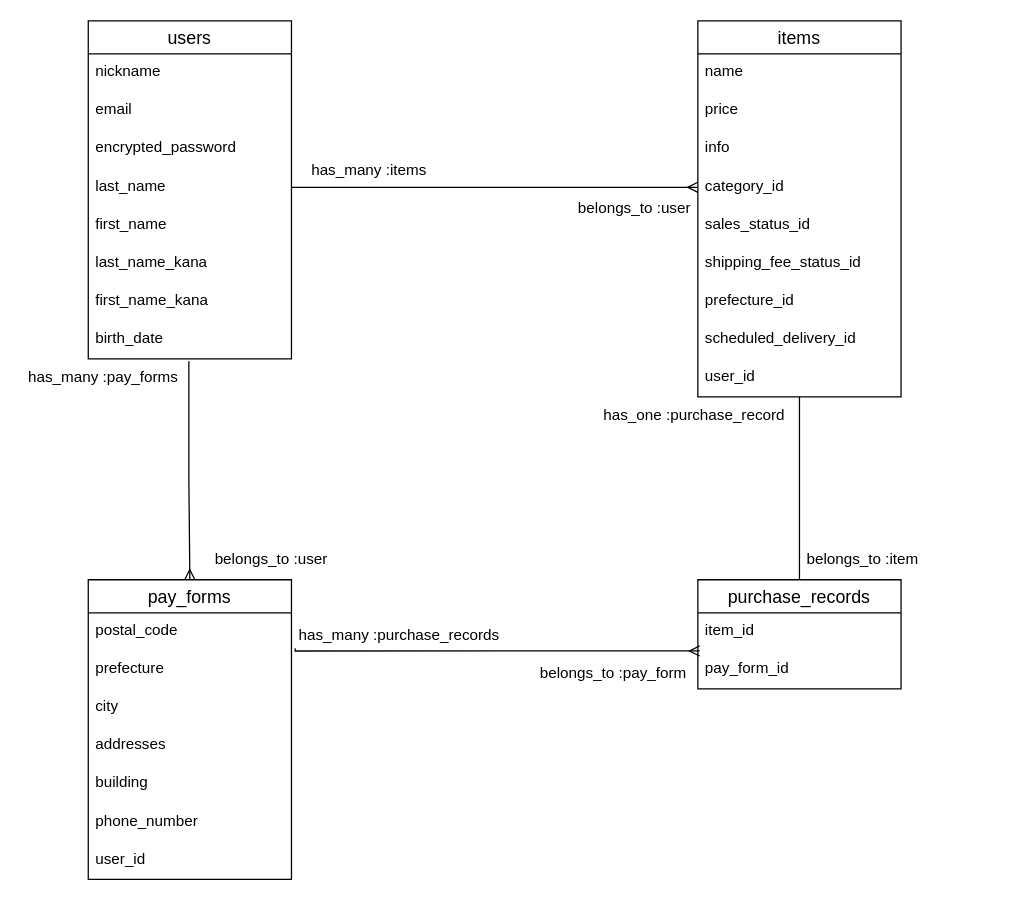
Earlier version of the draw.io diagram README.dio (kazuki-mura/furima-35491). Source tidied: cells renumbered, new cells numbered last; positions are measured from the earlier drawing's top-left corner, leaving out a move shared by most shapes. Both pictures are drawn from the tidied source at 127%, with x=0, y=0 at pixel (20, 20).
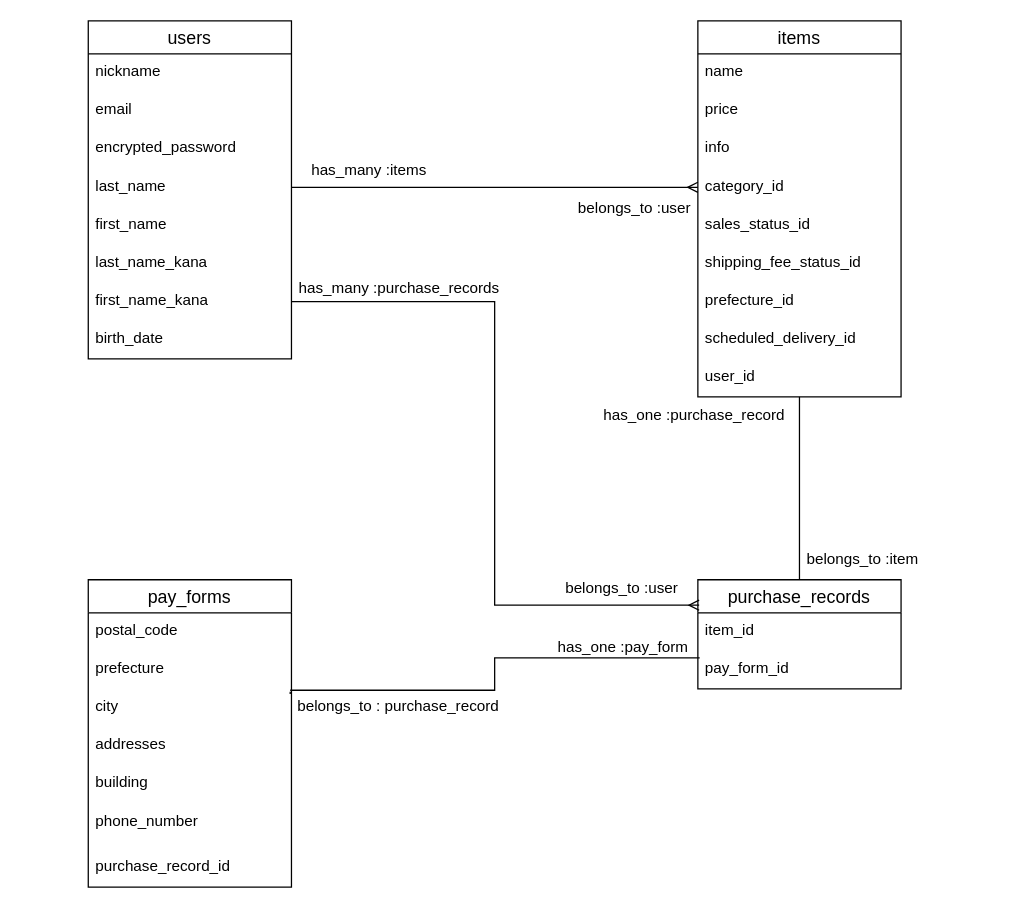
After the change.

Unchanged cells that the change refers to:
```xml
<mxCell id="9" value="first_name_kana" style="text;strokeColor=none;fillColor=none;spacingLeft=4;spacingRight=4;overflow=hidden;points=[[0,0.5],[1,0.5]];portConstraint=eastwest;fontSize=12;fontFamily=Helvetica;" parent="2" vertex="1">
  <mxGeometry y="206" width="160" height="30" as="geometry" />
</mxCell>
<mxCell id="10" value="birth_date" style="text;strokeColor=none;fillColor=none;spacingLeft=4;spacingRight=4;overflow=hidden;points=[[0,0.5],[1,0.5]];portConstraint=eastwest;fontSize=12;fontFamily=Helvetica;" parent="2" vertex="1">
  <mxGeometry y="236" width="160" height="30" as="geometry" />
</mxCell>
<mxCell id="23" value="pay_form_id" style="text;strokeColor=none;fillColor=none;spacingLeft=4;spacingRight=4;overflow=hidden;points=[[0,0.5],[1,0.5]];portConstraint=eastwest;fontSize=12;fontFamily=Helvetica;" parent="21" vertex="1">
  <mxGeometry y="56" width="160" height="30" as="geometry" />
</mxCell>
<mxCell id="29" value="prefecture" style="text;strokeColor=none;fillColor=none;spacingLeft=4;spacingRight=4;overflow=hidden;points=[[0,0.5],[1,0.5]];portConstraint=eastwest;fontSize=12;fontFamily=Helvetica;" parent="27" vertex="1">
  <mxGeometry y="56" width="160" height="30" as="geometry" />
</mxCell>
<mxCell id="30" value="city" style="text;strokeColor=none;fillColor=none;spacingLeft=4;spacingRight=4;overflow=hidden;points=[[0,0.5],[1,0.5]];portConstraint=eastwest;fontSize=12;fontFamily=Helvetica;" parent="27" vertex="1">
  <mxGeometry y="86" width="160" height="30" as="geometry" />
</mxCell>
```

The edit, as a diff of the source:
```diff
@@
     <mxCell id="27" value="pay_forms" style="swimlane;fontStyle=0;horizontal=1;startSize=26;align=center;fontSize=14;" parent="1" vertex="1">
-      <mxGeometry x="53" y="440" width="160" height="236" as="geometry" />
+      <mxGeometry x="53" y="440" width="160" height="242" as="geometry" />
     </mxCell>
@@
+    <mxCell id="45" value="phone_number" style="text;strokeColor=none;fillColor=none;spacingLeft=4;spacingRight=4;overflow=hidden;fontSize=12;fontFamily=Helvetica;" parent="27" vertex="1">
+      <mxGeometry y="176" width="160" height="36" as="geometry" />
+    </mxCell>
-    <mxCell id="33" value="phone_number" style="text;strokeColor=none;fillColor=none;spacingLeft=4;spacingRight=4;overflow=hidden;fontSize=12;fontFamily=Helvetica;" parent="27" vertex="1">
-      <mxGeometry y="176" width="160" height="30" as="geometry" />
+    <mxCell id="33" value="purchase_record_id" style="text;strokeColor=none;fillColor=none;spacingLeft=4;spacingRight=4;overflow=hidden;fontSize=12;fontFamily=Helvetica;" parent="27" vertex="1">
+      <mxGeometry y="212" width="160" height="30" as="geometry" />
     </mxCell>
-    <mxCell id="34" value="user_id" style="text;strokeColor=none;fillColor=none;spacingLeft=4;spacingRight=4;overflow=hidden;fontSize=12;fontFamily=Helvetica;" parent="27" vertex="1">
-      <mxGeometry y="206" width="160" height="30" as="geometry" />
-    </mxCell>
-    <mxCell id="35" style="edgeStyle=orthogonalEdgeStyle;rounded=0;jettySize=auto;html=1;fontFamily=Helvetica;endArrow=ERmany;endFill=0;strokeWidth=1;exitX=0.495;exitY=1.065;exitDx=0;exitDy=0;exitPerimeter=0;entryX=0.5;entryY=0;entryDx=0;entryDy=0;" parent="1" edge="1" source="10" target="27">
-      <mxGeometry relative="1" as="geometry">
-        <Array as="points">
-          <mxPoint x="132" y="360" />
-          <mxPoint x="133" y="360" />
-        </Array>
-      </mxGeometry>
-    </mxCell>
-    <mxCell id="36" value="has_many :pay_forms" style="text;strokeColor=none;fillColor=none;spacingLeft=4;spacingRight=4;overflow=hidden;fontSize=12;" parent="1" vertex="1">
-      <mxGeometry y="267" width="160" height="30" as="geometry" />
-    </mxCell>
@@
-    <mxCell id="38" value="belongs_to :user" style="text;strokeColor=none;fillColor=none;spacingLeft=4;spacingRight=4;overflow=hidden;fontSize=12;" parent="1" vertex="1">
-      <mxGeometry x="147" y="410" width="160" height="30" as="geometry" />
-    </mxCell>
-    <mxCell id="39" style="edgeStyle=orthogonalEdgeStyle;rounded=0;jettySize=auto;html=1;fontFamily=Helvetica;endArrow=ERmany;endFill=0;strokeWidth=1;exitX=1.018;exitY=-0.067;exitDx=0;exitDy=0;exitPerimeter=0;entryX=0.009;entryY=0.002;entryDx=0;entryDy=0;entryPerimeter=0;" parent="1" edge="1" source="29" target="23">
+    <mxCell id="39" style="edgeStyle=orthogonalEdgeStyle;rounded=0;jettySize=auto;html=1;fontFamily=Helvetica;endArrow=ERmany;endFill=0;strokeWidth=1;exitX=1;exitY=0.5;exitDx=0;exitDy=0;" parent="1" edge="1" source="9">
       <mxGeometry relative="1" as="geometry">
+        <mxPoint x="534" y="460" as="targetPoint" />
         <Array as="points">
-          <mxPoint x="216" y="496" />
+          <mxPoint x="373" y="221" />
+          <mxPoint x="373" y="460" />
         </Array>
       </mxGeometry>
     </mxCell>
     <mxCell id="40" value="has_many :purchase_records" style="text;strokeColor=none;fillColor=none;spacingLeft=4;spacingRight=4;overflow=hidden;fontSize=12;" parent="1" vertex="1">
-      <mxGeometry x="213" y="470" width="170" height="30" as="geometry" />
+      <mxGeometry x="213" y="197" width="170" height="30" as="geometry" />
     </mxCell>
-    <mxCell id="41" value="belongs_to :pay_form" style="text;strokeColor=none;fillColor=none;spacingLeft=4;spacingRight=4;overflow=hidden;fontSize=12;" parent="1" vertex="1">
-      <mxGeometry x="403" y="500" width="160" height="30" as="geometry" />
+    <mxCell id="41" value="belongs_to :user" style="text;strokeColor=none;fillColor=none;spacingLeft=4;spacingRight=4;overflow=hidden;fontSize=12;" parent="1" vertex="1">
+      <mxGeometry x="423" y="433" width="110" height="30" as="geometry" />
     </mxCell>
@@
-    <mxCell id="43" style="edgeStyle=orthogonalEdgeStyle;rounded=0;orthogonalLoop=1;jettySize=auto;html=1;entryX=0;entryY=0.5;entryDx=0;entryDy=0;fontFamily=Helvetica;endArrow=ERmany;endFill=0;strokeWidth=1;strokeColor=none;" parent="1" edge="1">
-      <mxGeometry relative="1" as="geometry">
-        <mxPoint x="213" y="210" as="sourcePoint" />
-        <mxPoint x="533" y="210" as="targetPoint" />
-      </mxGeometry>
-    </mxCell>
@@
+    <mxCell id="46" style="edgeStyle=orthogonalEdgeStyle;rounded=0;jettySize=auto;html=1;entryX=0.009;entryY=0.183;entryDx=0;entryDy=0;fontFamily=Helvetica;endArrow=none;endFill=0;strokeWidth=1;entryPerimeter=0;" parent="1" edge="1" target="23">
+      <mxGeometry relative="1" as="geometry">
+        <mxPoint x="212" y="527" as="sourcePoint" />
+        <Array as="points">
+          <mxPoint x="212" y="527" />
+          <mxPoint x="373" y="527" />
+          <mxPoint x="373" y="502" />
+        </Array>
+      </mxGeometry>
+    </mxCell>
+    <mxCell id="47" value="belongs_to : purchase_record" style="text;strokeColor=none;fillColor=none;spacingLeft=4;spacingRight=4;overflow=hidden;fontSize=12;" parent="1" vertex="1">
+      <mxGeometry x="212" y="526" width="180" height="30" as="geometry" />
+    </mxCell>
+    <mxCell id="48" style="edgeStyle=orthogonalEdgeStyle;rounded=0;jettySize=auto;html=1;fontFamily=Helvetica;endArrow=none;endFill=0;strokeWidth=1;exitX=0.994;exitY=0.072;exitDx=0;exitDy=0;exitPerimeter=0;" parent="1" edge="1" source="30">
+      <mxGeometry relative="1" as="geometry">
+        <mxPoint x="212" y="530" as="targetPoint" />
+      </mxGeometry>
+    </mxCell>
+    <mxCell id="49" value="has_one :pay_form" style="text;strokeColor=none;fillColor=none;spacingLeft=4;spacingRight=4;overflow=hidden;fontSize=12;" parent="1" vertex="1">
+      <mxGeometry x="417" y="479" width="116" height="30" as="geometry" />
+    </mxCell>
```
